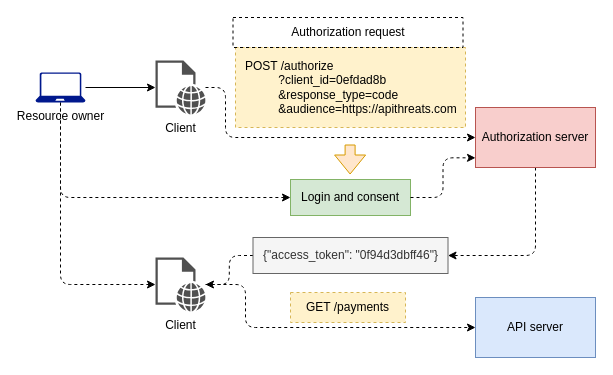
The draw.io diagram page "7.5" (5 of 14) of ch07.drawio in abunuwas/api-sec-book-imgs, before the edit. Source tidied: cells renumbered, new cells numbered last; positions are measured from the earlier drawing's top-left corner, leaving out a move shared by most shapes. Both pictures are drawn from the tidied source at 100%, with x=0, y=0 at pixel (35, 17).
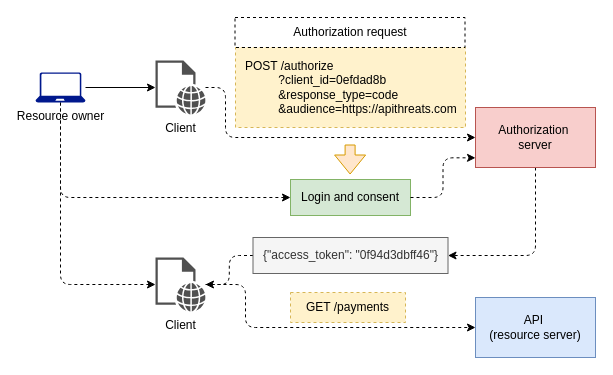
The same page after the edit.

What changed in the source:
```diff
@@
-    <mxCell id="3" value="Authorization server" style="rounded=0;whiteSpace=wrap;html=1;fillColor=#f8cecc;strokeColor=#b85450;" parent="1" vertex="1">
+    <mxCell id="3" value="Authorization&amp;nbsp;&lt;div&gt;server&lt;/div&gt;" style="rounded=0;whiteSpace=wrap;html=1;fillColor=#f8cecc;strokeColor=#b85450;" parent="1" vertex="1">
       <mxGeometry x="440" y="90" width="120" height="60" as="geometry" />
     </mxCell>
-    <mxCell id="4" value="API server" style="rounded=0;whiteSpace=wrap;html=1;fillColor=#dae8fc;strokeColor=#6c8ebf;" parent="1" vertex="1">
+    <mxCell id="4" value="API&amp;nbsp;&lt;div&gt;(resource server)&lt;/div&gt;" style="rounded=0;whiteSpace=wrap;html=1;fillColor=#dae8fc;strokeColor=#6c8ebf;" parent="1" vertex="1">
       <mxGeometry x="440" y="280" width="120" height="60" as="geometry" />
     </mxCell>
@@
     <mxCell id="20" value="Authorization request" style="text;html=1;align=center;verticalAlign=middle;whiteSpace=wrap;rounded=0;strokeColor=default;dashed=1;spacingTop=0;spacing=10;" parent="1" vertex="1">
-      <mxGeometry x="197.5" width="230" height="30" as="geometry" />
+      <mxGeometry x="199.5" width="230" height="30" as="geometry" />
     </mxCell>
```
